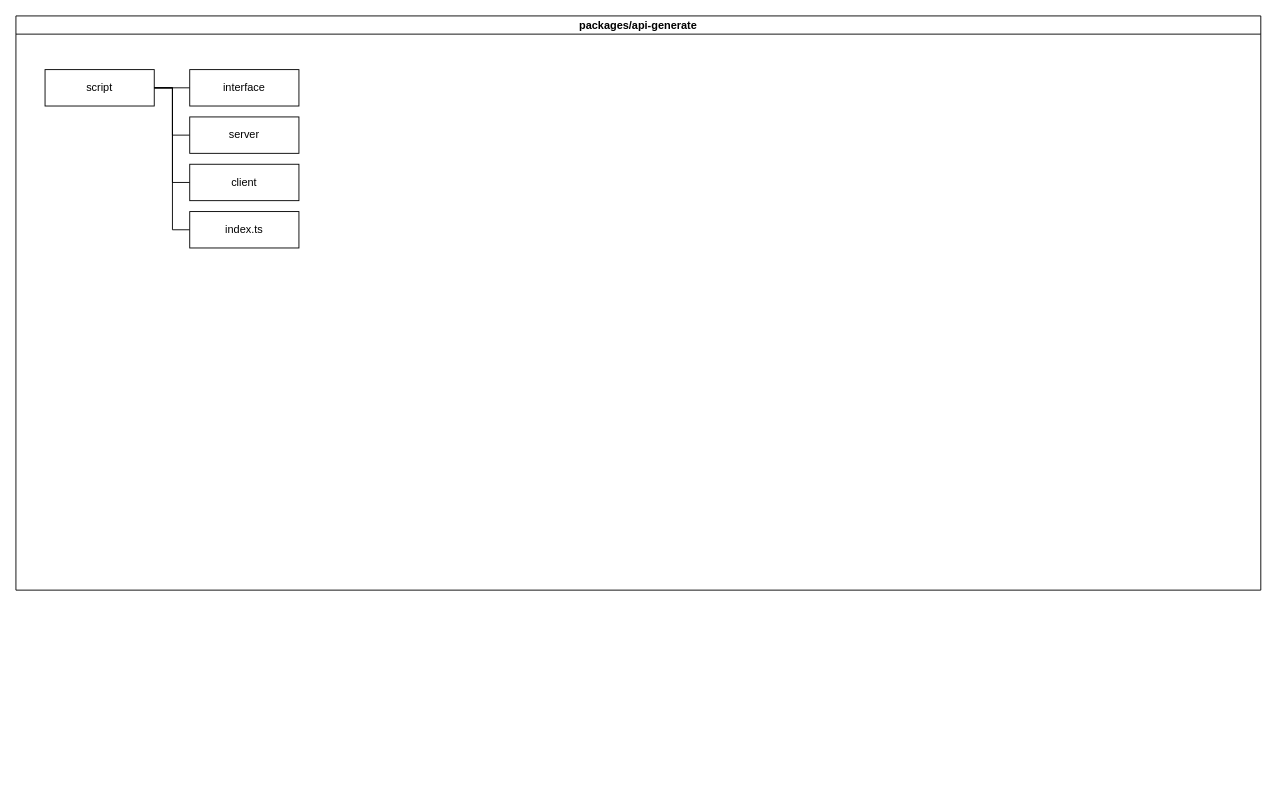
Above: openapi-generator-cli.drawio in wddo/drawio (draw.io), before the change. Source tidied: cells renumbered, new cells numbered last; positions are measured from the earlier drawing's top-left corner, leaving out a move shared by most shapes. Both pictures are drawn from the tidied source at 91%, with x=0, y=0 at pixel (15, 15).
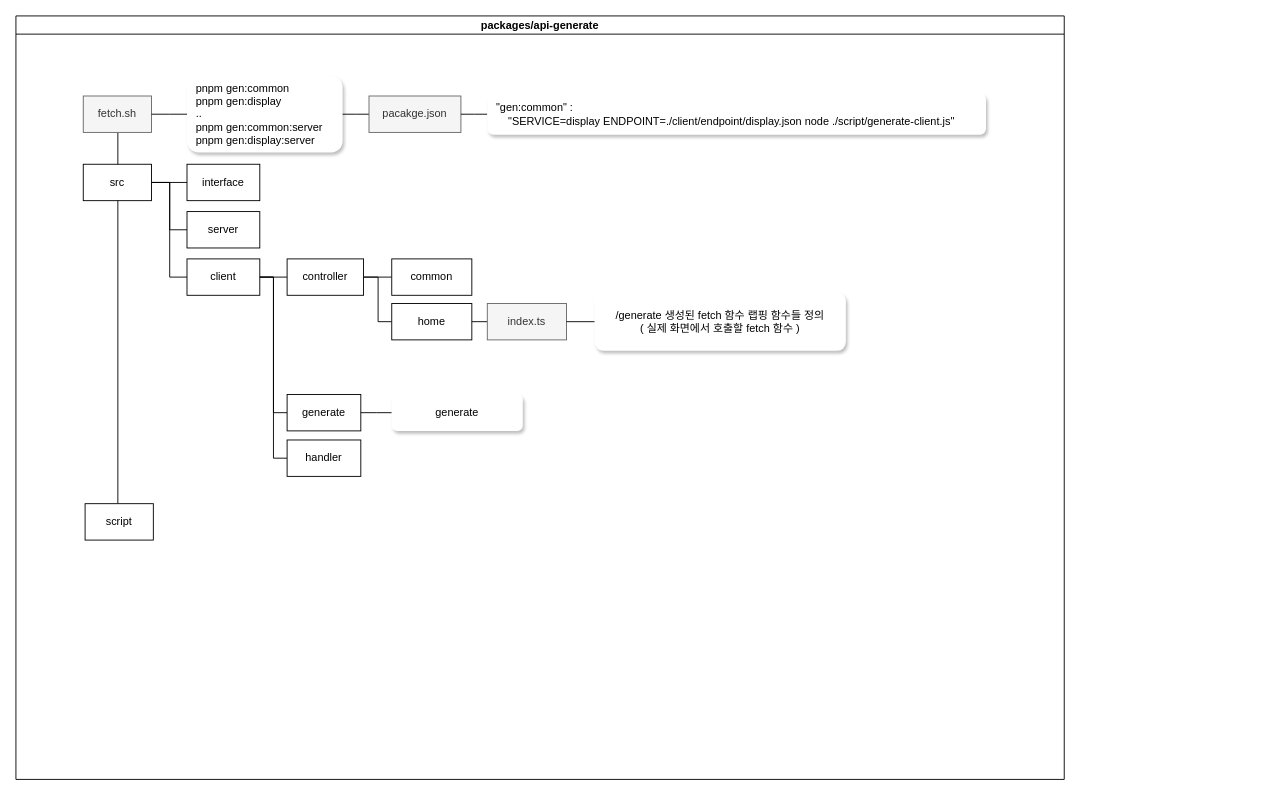
The same diagram, later.

What changed in the source:
```diff
@@
     <mxCell id="2" value="packages/api-generate" style="swimlane;startSize=20;horizontal=1;containerType=tree;" parent="1" vertex="1">
-      <mxGeometry width="1368" height="631" as="geometry" />
+      <mxGeometry width="1152" height="839" as="geometry" />
     </mxCell>
@@
-    <mxCell id="4" value="script" style="whiteSpace=wrap;html=1;newEdgeStyle={&quot;edgeStyle&quot;:&quot;elbowEdgeStyle&quot;,&quot;startArrow&quot;:&quot;none&quot;,&quot;endArrow&quot;:&quot;none&quot;};" parent="2" vertex="1">
-      <mxGeometry x="32" y="59" width="120" height="40" as="geometry" />
+    <mxCell id="4" value="src" style="whiteSpace=wrap;html=1;newEdgeStyle={&quot;edgeStyle&quot;:&quot;elbowEdgeStyle&quot;,&quot;startArrow&quot;:&quot;none&quot;,&quot;endArrow&quot;:&quot;none&quot;};" parent="2" vertex="1">
+      <mxGeometry x="74" y="163" width="75" height="40" as="geometry" />
     </mxCell>
     <mxCell id="5" value="interface" style="whiteSpace=wrap;html=1;newEdgeStyle={&quot;edgeStyle&quot;:&quot;elbowEdgeStyle&quot;,&quot;startArrow&quot;:&quot;none&quot;,&quot;endArrow&quot;:&quot;none&quot;};" parent="2" vertex="1">
-      <mxGeometry x="191" y="59" width="120" height="40" as="geometry" />
+      <mxGeometry x="188" y="163" width="80" height="40" as="geometry" />
     </mxCell>
@@
     <mxCell id="7" value="server" style="whiteSpace=wrap;html=1;newEdgeStyle={&quot;edgeStyle&quot;:&quot;elbowEdgeStyle&quot;,&quot;startArrow&quot;:&quot;none&quot;,&quot;endArrow&quot;:&quot;none&quot;};" parent="2" vertex="1">
-      <mxGeometry x="191" y="111" width="120" height="40" as="geometry" />
+      <mxGeometry x="188" y="215" width="80" height="40" as="geometry" />
     </mxCell>
@@
     <mxCell id="9" value="client" style="whiteSpace=wrap;html=1;newEdgeStyle={&quot;edgeStyle&quot;:&quot;elbowEdgeStyle&quot;,&quot;startArrow&quot;:&quot;none&quot;,&quot;endArrow&quot;:&quot;none&quot;};" parent="2" vertex="1">
-      <mxGeometry x="191" y="163" width="120" height="40" as="geometry" />
+      <mxGeometry x="188" y="267" width="80" height="40" as="geometry" />
     </mxCell>
-    <mxCell id="10" style="edgeStyle=elbowEdgeStyle;rounded=0;jettySize=auto;html=1;elbow=horizontal;startArrow=none;endArrow=none;" parent="2" edge="1" source="4" target="11">
-      <mxGeometry relative="1" as="geometry" />
-    </mxCell>
+    <mxCell id="12" style="edgeStyle=elbowEdgeStyle;rounded=0;jettySize=auto;html=1;elbow=horizontal;startArrow=none;endArrow=none;" parent="2" edge="1" source="9" target="13">
+      <mxGeometry relative="1" as="geometry" />
+    </mxCell>
+    <mxCell id="13" value="controller" style="whiteSpace=wrap;html=1;newEdgeStyle={&quot;edgeStyle&quot;:&quot;elbowEdgeStyle&quot;,&quot;startArrow&quot;:&quot;none&quot;,&quot;endArrow&quot;:&quot;none&quot;};" parent="2" vertex="1">
+      <mxGeometry x="298" y="267" width="84" height="40" as="geometry" />
+    </mxCell>
+    <mxCell id="14" style="edgeStyle=elbowEdgeStyle;rounded=0;jettySize=auto;html=1;elbow=horizontal;startArrow=none;endArrow=none;" parent="2" edge="1" source="9" target="15">
+      <mxGeometry relative="1" as="geometry" />
+    </mxCell>
+    <mxCell id="15" value="generate" style="whiteSpace=wrap;html=1;newEdgeStyle={&quot;edgeStyle&quot;:&quot;elbowEdgeStyle&quot;,&quot;startArrow&quot;:&quot;none&quot;,&quot;endArrow&quot;:&quot;none&quot;};" parent="2" vertex="1">
+      <mxGeometry x="298" y="416" width="81" height="40" as="geometry" />
+    </mxCell>
+    <mxCell id="16" style="edgeStyle=elbowEdgeStyle;rounded=0;jettySize=auto;html=1;elbow=horizontal;startArrow=none;endArrow=none;" parent="2" edge="1" source="9" target="17">
+      <mxGeometry relative="1" as="geometry" />
+    </mxCell>
+    <mxCell id="17" value="handler" style="whiteSpace=wrap;html=1;newEdgeStyle={&quot;edgeStyle&quot;:&quot;elbowEdgeStyle&quot;,&quot;startArrow&quot;:&quot;none&quot;,&quot;endArrow&quot;:&quot;none&quot;};" parent="2" vertex="1">
+      <mxGeometry x="298" y="466" width="81" height="40" as="geometry" />
+    </mxCell>
+    <mxCell id="18" style="edgeStyle=elbowEdgeStyle;rounded=0;jettySize=auto;html=1;elbow=horizontal;startArrow=none;endArrow=none;" parent="2" edge="1" source="13" target="19">
+      <mxGeometry relative="1" as="geometry" />
+    </mxCell>
+    <mxCell id="19" value="common" style="whiteSpace=wrap;html=1;newEdgeStyle={&quot;edgeStyle&quot;:&quot;elbowEdgeStyle&quot;,&quot;startArrow&quot;:&quot;none&quot;,&quot;endArrow&quot;:&quot;none&quot;};" parent="2" vertex="1">
+      <mxGeometry x="413" y="267" width="88" height="40" as="geometry" />
+    </mxCell>
+    <mxCell id="20" style="edgeStyle=elbowEdgeStyle;rounded=0;jettySize=auto;html=1;elbow=horizontal;startArrow=none;endArrow=none;" parent="2" edge="1" source="13" target="21">
+      <mxGeometry relative="1" as="geometry" />
+    </mxCell>
+    <mxCell id="21" value="home" style="whiteSpace=wrap;html=1;newEdgeStyle={&quot;edgeStyle&quot;:&quot;elbowEdgeStyle&quot;,&quot;startArrow&quot;:&quot;none&quot;,&quot;endArrow&quot;:&quot;none&quot;};" parent="2" vertex="1">
+      <mxGeometry x="413" y="316" width="88" height="40" as="geometry" />
+    </mxCell>
+    <mxCell id="22" style="edgeStyle=elbowEdgeStyle;rounded=0;jettySize=auto;html=1;elbow=horizontal;startArrow=none;endArrow=none;" parent="2" edge="1" source="21" target="11">
+      <mxGeometry relative="1" as="geometry" />
+    </mxCell>
-    <mxCell id="11" value="index.ts" style="whiteSpace=wrap;html=1;newEdgeStyle={&quot;edgeStyle&quot;:&quot;elbowEdgeStyle&quot;,&quot;startArrow&quot;:&quot;none&quot;,&quot;endArrow&quot;:&quot;none&quot;};gradientColor=none;rounded=0;glass=0;shadow=0;fillStyle=auto;fillColor=#FFFFFF;" parent="2" vertex="1">
-      <mxGeometry x="191" y="215" width="120" height="40" as="geometry" />
+    <mxCell id="11" value="index.ts" style="whiteSpace=wrap;html=1;newEdgeStyle={&quot;edgeStyle&quot;:&quot;elbowEdgeStyle&quot;,&quot;startArrow&quot;:&quot;none&quot;,&quot;endArrow&quot;:&quot;none&quot;};fillColor=#f5f5f5;fontColor=#333333;strokeColor=#666666;" parent="2" vertex="1">
+      <mxGeometry x="518" y="316" width="87" height="40" as="geometry" />
     </mxCell>
+    <mxCell id="23" style="edgeStyle=elbowEdgeStyle;rounded=0;jettySize=auto;html=1;elbow=horizontal;startArrow=none;endArrow=none;" parent="2" edge="1" source="11" target="24">
+      <mxGeometry relative="1" as="geometry" />
+    </mxCell>
+    <mxCell id="24" value="/generate 생성된 fetch 함수 랩핑 함수들 정의&lt;div&gt;( 실제 화면에서 호출할 fetch 함수 )&lt;/div&gt;" style="whiteSpace=wrap;html=1;newEdgeStyle={&quot;edgeStyle&quot;:&quot;elbowEdgeStyle&quot;,&quot;startArrow&quot;:&quot;none&quot;,&quot;endArrow&quot;:&quot;none&quot;};align=center;verticalAlign=middle;shadow=1;strokeColor=none;labelBorderColor=none;rounded=1;glass=0;spacing=9;" parent="2" vertex="1">
+      <mxGeometry x="636" y="304" width="276" height="64" as="geometry" />
+    </mxCell>
+    <mxCell id="25" style="edgeStyle=elbowEdgeStyle;rounded=0;jettySize=auto;html=1;elbow=horizontal;startArrow=none;endArrow=none;" parent="2" edge="1" source="15" target="26">
+      <mxGeometry relative="1" as="geometry" />
+    </mxCell>
+    <mxCell id="26" value="generate" style="whiteSpace=wrap;html=1;newEdgeStyle={&quot;edgeStyle&quot;:&quot;elbowEdgeStyle&quot;,&quot;startArrow&quot;:&quot;none&quot;,&quot;endArrow&quot;:&quot;none&quot;};align=center;verticalAlign=middle;shadow=1;strokeColor=none;labelBorderColor=none;rounded=1;glass=0;" parent="2" vertex="1">
+      <mxGeometry x="413" y="416" width="144" height="40" as="geometry" />
+    </mxCell>
+    <mxCell id="27" style="edgeStyle=elbowEdgeStyle;rounded=0;jettySize=auto;html=1;startArrow=none;endArrow=none;entryX=0.5;entryY=0;entryDx=0;entryDy=0;fontFamily=Helvetica;fontSize=12;fontColor=default;" parent="2" edge="1" source="28" target="4">
+      <mxGeometry relative="1" as="geometry" />
+    </mxCell>
+    <mxCell id="28" value="fetch.sh" style="whiteSpace=wrap;html=1;newEdgeStyle={&quot;edgeStyle&quot;:&quot;elbowEdgeStyle&quot;,&quot;startArrow&quot;:&quot;none&quot;,&quot;endArrow&quot;:&quot;none&quot;};fillColor=#f5f5f5;fontColor=#333333;strokeColor=#666666;" parent="2" vertex="1">
+      <mxGeometry x="74" y="88" width="75" height="40" as="geometry" />
+    </mxCell>
+    <mxCell id="29" style="edgeStyle=elbowEdgeStyle;rounded=0;jettySize=auto;html=1;elbow=horizontal;startArrow=none;endArrow=none;" parent="2" edge="1" source="28" target="30">
+      <mxGeometry relative="1" as="geometry" />
+    </mxCell>
+    <mxCell id="30" value="pnpm gen:common&lt;div&gt;pnpm gen:display&lt;/div&gt;&lt;div&gt;..&lt;/div&gt;&lt;div&gt;pnpm gen:common:server&lt;/div&gt;&lt;div&gt;pnpm gen:display:server&lt;/div&gt;" style="whiteSpace=wrap;html=1;newEdgeStyle={&quot;edgeStyle&quot;:&quot;elbowEdgeStyle&quot;,&quot;startArrow&quot;:&quot;none&quot;,&quot;endArrow&quot;:&quot;none&quot;};align=left;verticalAlign=middle;shadow=1;strokeColor=none;labelBorderColor=none;rounded=1;glass=0;spacing=10;" parent="2" vertex="1">
+      <mxGeometry x="188" y="66" width="171" height="84" as="geometry" />
+    </mxCell>
+    <mxCell id="31" style="edgeStyle=elbowEdgeStyle;rounded=0;jettySize=auto;html=1;elbow=horizontal;startArrow=none;endArrow=none;" parent="2" edge="1" source="30" target="32">
+      <mxGeometry relative="1" as="geometry" />
+    </mxCell>
+    <mxCell id="32" value="pacakge.json" style="whiteSpace=wrap;html=1;newEdgeStyle={&quot;edgeStyle&quot;:&quot;elbowEdgeStyle&quot;,&quot;startArrow&quot;:&quot;none&quot;,&quot;endArrow&quot;:&quot;none&quot;};fillColor=#f5f5f5;fontColor=#333333;strokeColor=#666666;" parent="2" vertex="1">
+      <mxGeometry x="388" y="88" width="101" height="40" as="geometry" />
+    </mxCell>
+    <mxCell id="33" style="edgeStyle=elbowEdgeStyle;rounded=0;jettySize=auto;html=1;elbow=horizontal;startArrow=none;endArrow=none;" parent="2" edge="1" source="32" target="34">
+      <mxGeometry relative="1" as="geometry" />
+    </mxCell>
+    <mxCell id="34" value="&quot;gen:common&quot; :&lt;div&gt;&amp;nbsp; &amp;nbsp; &quot;SERVICE=display ENDPOINT=./client/endpoint/display.json&amp;nbsp;&lt;span style=&quot;background-color: transparent; color: light-dark(rgb(0, 0, 0), rgb(255, 255, 255));&quot;&gt;node ./script/generate-client.js&quot;&lt;/span&gt;&lt;/div&gt;" style="whiteSpace=wrap;html=1;newEdgeStyle={&quot;edgeStyle&quot;:&quot;elbowEdgeStyle&quot;,&quot;startArrow&quot;:&quot;none&quot;,&quot;endArrow&quot;:&quot;none&quot;};align=left;verticalAlign=middle;shadow=1;strokeColor=none;labelBorderColor=none;rounded=1;glass=0;spacing=10;" parent="2" vertex="1">
+      <mxGeometry x="518" y="85.5" width="548" height="45" as="geometry" />
+    </mxCell>
+    <mxCell id="35" style="edgeStyle=elbowEdgeStyle;rounded=0;jettySize=auto;html=1;startArrow=none;endArrow=none;entryX=0.5;entryY=1;entryDx=0;entryDy=0;fontFamily=Helvetica;fontSize=12;fontColor=#333333;" parent="2" edge="1" source="36" target="4">
+      <mxGeometry relative="1" as="geometry" />
+    </mxCell>
+    <mxCell id="36" value="script" style="whiteSpace=wrap;html=1;newEdgeStyle={&quot;edgeStyle&quot;:&quot;elbowEdgeStyle&quot;,&quot;startArrow&quot;:&quot;none&quot;,&quot;endArrow&quot;:&quot;none&quot;};" parent="2" vertex="1">
+      <mxGeometry x="76" y="536" width="75" height="40" as="geometry" />
+    </mxCell>
```
